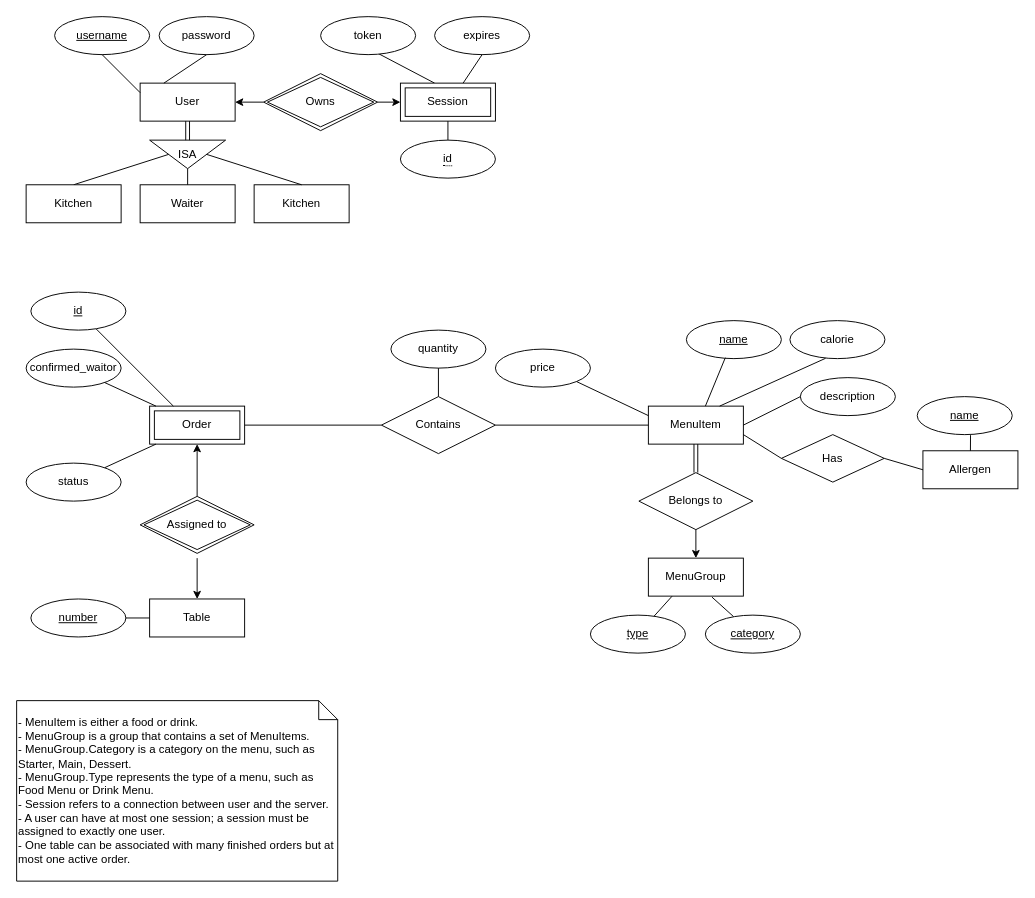
The draw.io diagram doc/backend/database-design/ER-diagram.drawio in Spencer-Georgiou/Uni-Y2-Team, before the edit. Source tidied: cells renumbered, new cells numbered last; positions are measured from the earlier drawing's top-left corner, leaving out a move shared by most shapes. Both pictures are drawn from the tidied source at 95%, with x=0, y=0 at pixel (16, 16).
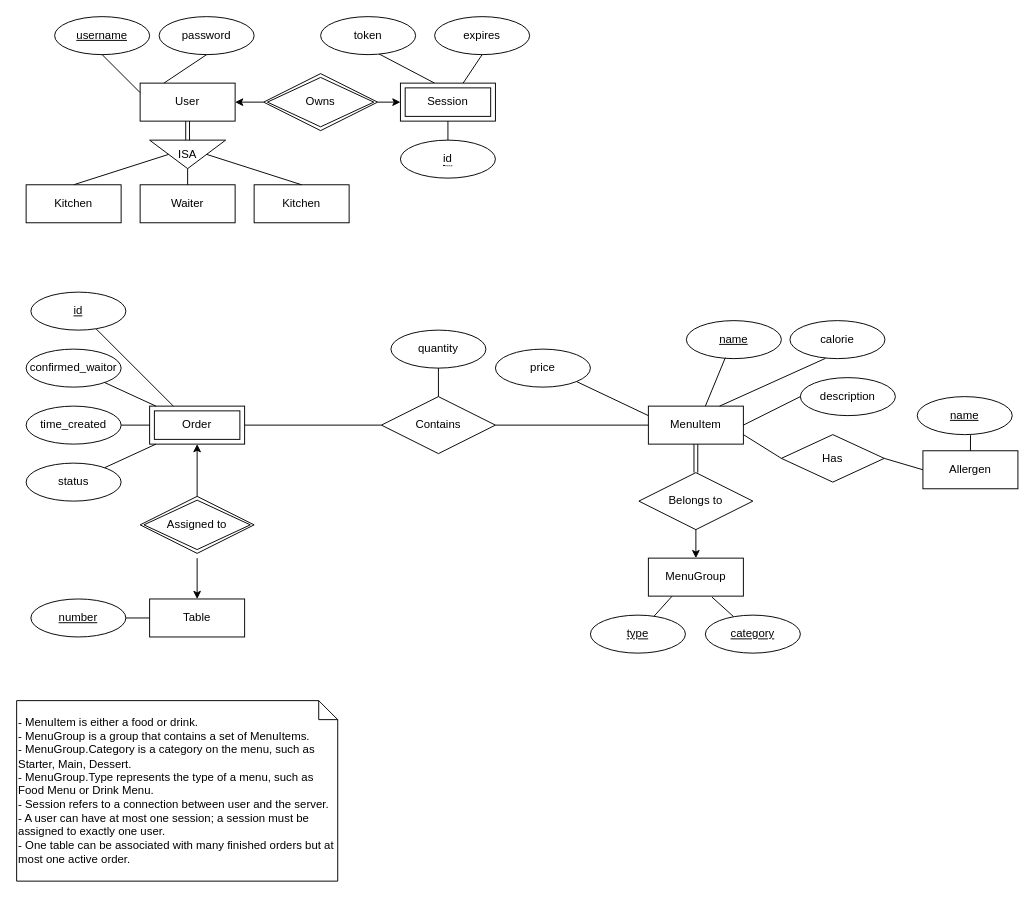
The same page after the edit.

Commit message (it also covers changes not shown here):
feat(Order): an order has an creation time with it

The change refers to these unchanged cells:
```xml
<mxCell id="41" value="Order" style="shape=ext;margin=3;double=1;whiteSpace=wrap;html=1;align=center;" parent="1" vertex="1">
  <mxGeometry x="140" y="410" width="100" height="40" as="geometry" />
</mxCell>
```

The edit, as a diff of the source:
```diff
@@
+    <mxCell id="67" style="edgeStyle=none;html=1;endArrow=none;endFill=0;" parent="1" edge="1" source="68" target="41">
+      <mxGeometry relative="1" as="geometry" />
+    </mxCell>
+    <mxCell id="68" value="time_created" style="ellipse;whiteSpace=wrap;html=1;align=center;" parent="1" vertex="1">
+      <mxGeometry x="10" y="410" width="100" height="40" as="geometry" />
+    </mxCell>
```
